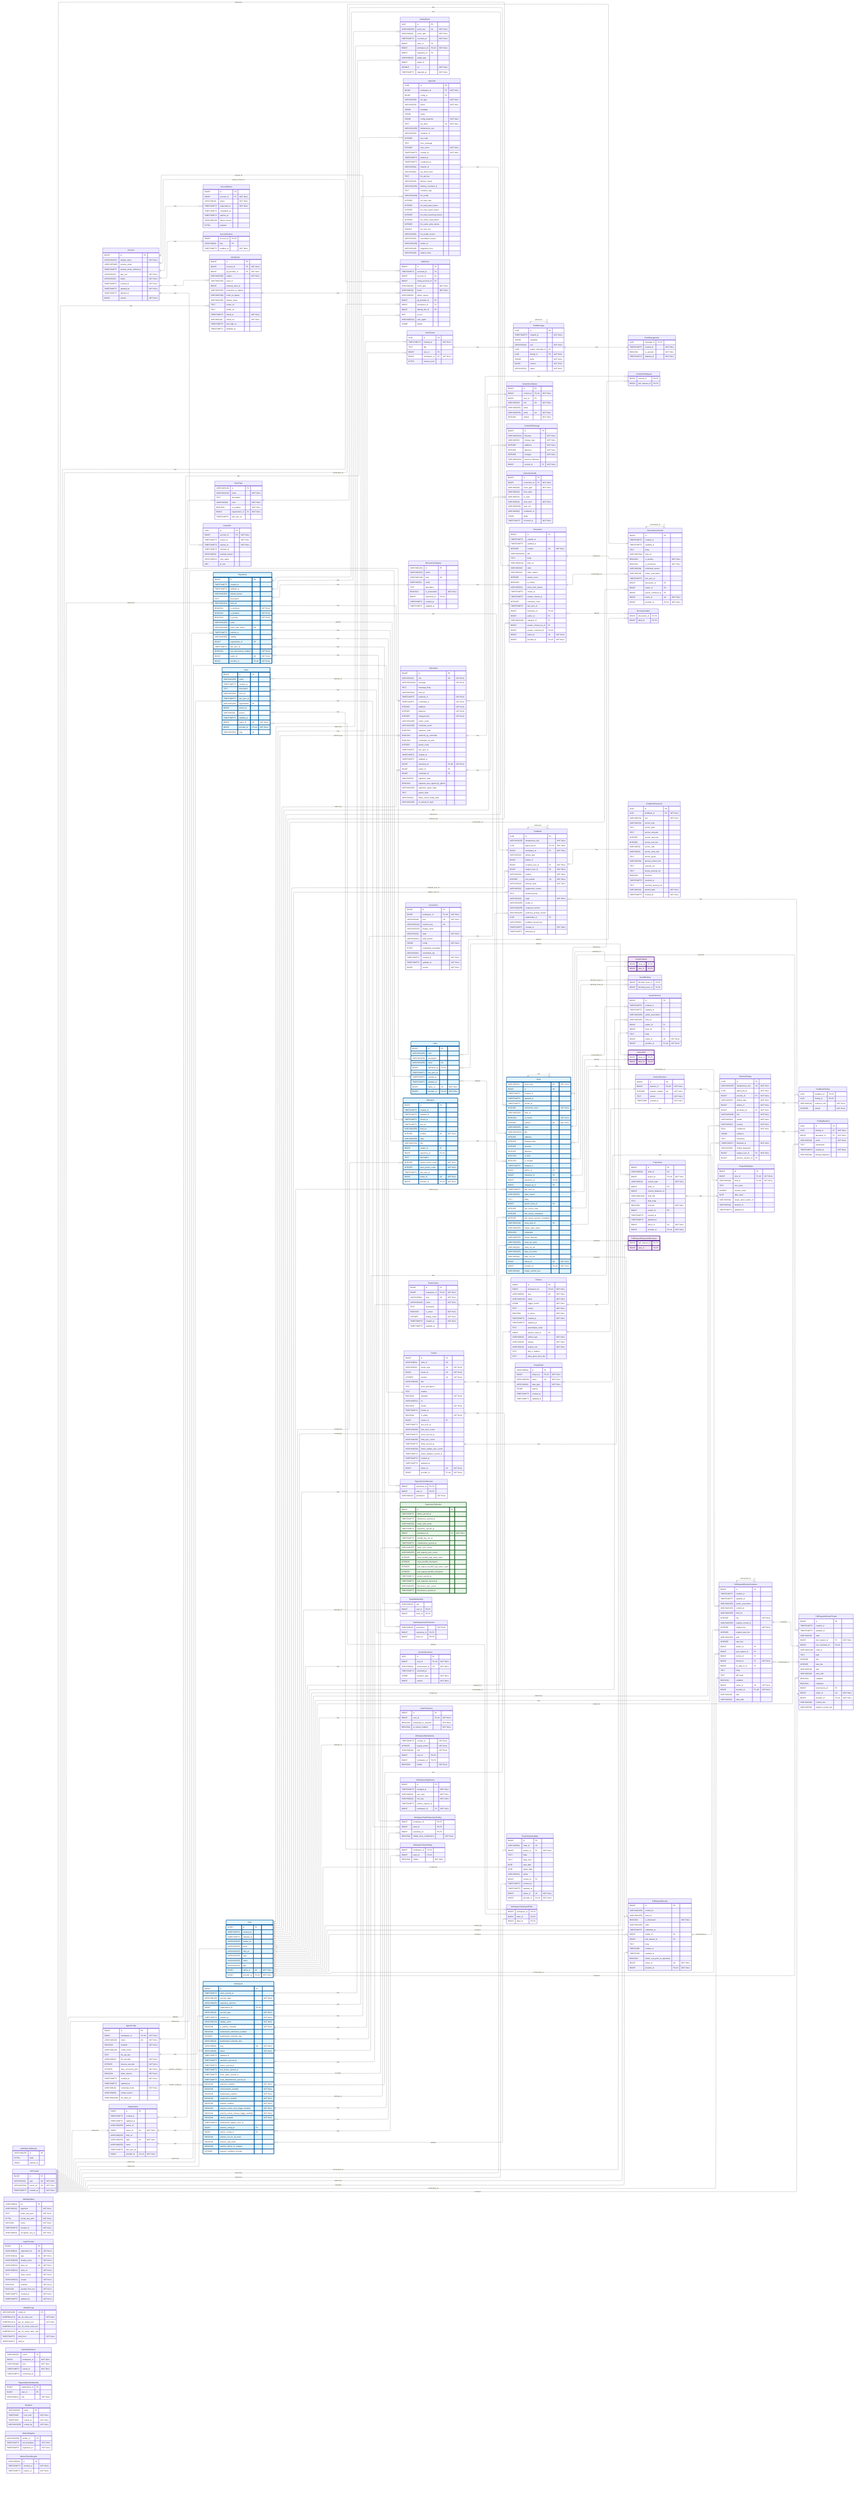
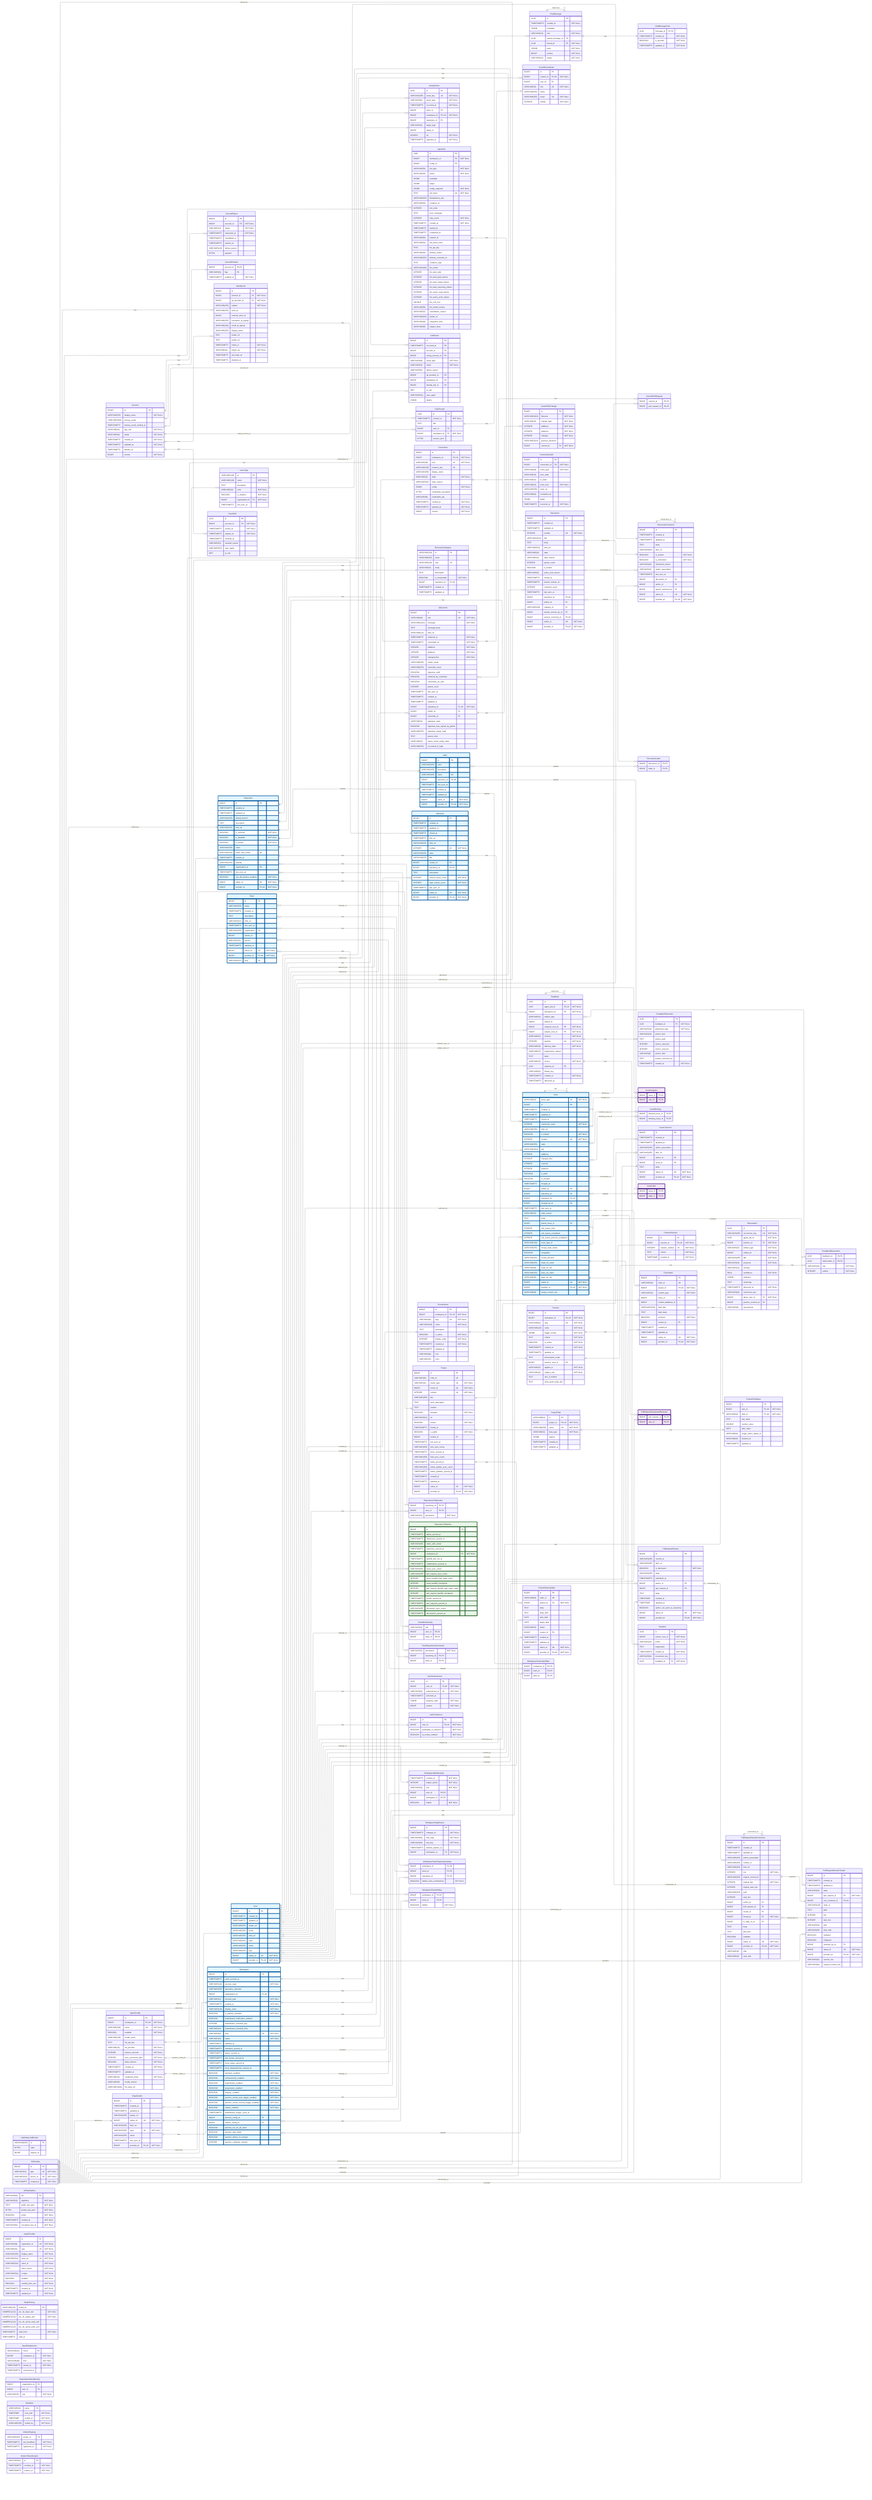
---
config:
    layout: elk
---
erDiagram
    %% Generated automatically from PostgreSQL database schema
    %% using scripts/generate-mermaid-erd.ts
    %% To regenerate: pnpm run db:generate-erd-docs

    direction LR

    Account {
        BIGINT id PK
        VARCHAR(255) display_name "NOT NULL"
        USER-DEFINED primary_email
        TIMESTAMPTZ primary_email_verified_at
        VARCHAR(16) app_role "NOT NULL"
        VARCHAR(16) status "NOT NULL"
        TIMESTAMPTZ created_at "NOT NULL"
        TIMESTAMPTZ updated_at "NOT NULL"
        TIMESTAMPTZ deleted_at
        BIGINT version "NOT NULL"
    }

    AccountExport {
        BIGINT id PK
        BIGINT account_id FK "NOT NULL"
        VARCHAR(16) status "NOT NULL"
        TIMESTAMPTZ requested_at "NOT NULL"
        TIMESTAMPTZ completed_at
        TIMESTAMPTZ expires_at
        VARCHAR(128) failure_reason
        BYTEA payload
    }

    AccountFeature {
        BIGINT account_id PK,FK
        VARCHAR(64) flag PK
        TIMESTAMPTZ enabled_at "NOT NULL"
    }

    ActivityEvent {
        UUID id PK
        VARCHAR(255) event_key UK "NOT NULL"
        VARCHAR(64) event_type "NOT NULL"
        TIMESTAMPTZ occurred_at "NOT NULL"
        BIGINT actor_id FK
        BIGINT workspace_id FK,UK "NOT NULL"
        BIGINT repository_id FK
        VARCHAR(32) target_type
        BIGINT target_id
        DOUBLE xp "NOT NULL"
        TIMESTAMPTZ ingested_at "NOT NULL"
    }

    AgentConfig {
        BIGINT id PK
        BIGINT workspace_id FK,UK "NOT NULL"
        VARCHAR(100) name UK "NOT NULL"
        BOOLEAN enabled "NOT NULL"
        VARCHAR(128) model_name
        TEXT llm_api_key
        VARCHAR(32) llm_provider "NOT NULL"
        INTEGER timeout_seconds "NOT NULL"
        INTEGER max_concurrent_jobs "NOT NULL"
        BOOLEAN allow_internet "NOT NULL"
        TIMESTAMPTZ created_at "NOT NULL"
        TIMESTAMPTZ updated_at
        VARCHAR(16) credential_mode "NOT NULL"
        VARCHAR(50) model_version
        VARCHAR(2048) llm_base_url
    }

    AgentJob {
        UUID id PK
        BIGINT workspace_id FK "NOT NULL"
        BIGINT config_id FK
        VARCHAR(50) job_type "NOT NULL"
        VARCHAR(20) status "NOT NULL"
        JSONB metadata
        JSONB output
        JSONB config_snapshot "NOT NULL"
        TEXT job_token UK "NOT NULL"
        VARCHAR(255) idempotency_key
        VARCHAR(64) container_id
        INTEGER exit_code
        TEXT error_message
        INTEGER retry_count "NOT NULL"
        TIMESTAMPTZ created_at "NOT NULL"
        TIMESTAMPTZ started_at
        TIMESTAMPTZ completed_at
        VARCHAR(64) network_id
        VARCHAR(64) job_token_hash
        TEXT llm_api_key
        VARCHAR(20) delivery_status
        VARCHAR(255) delivery_comment_id
        TEXT container_logs
        VARCHAR(100) llm_model
        INTEGER llm_total_calls
        INTEGER llm_total_input_tokens
        INTEGER llm_total_output_tokens
        INTEGER llm_total_reasoning_tokens
        INTEGER llm_cache_read_tokens
        INTEGER llm_cache_write_tokens
        DOUBLE llm_cost_usd
        VARCHAR(50) llm_model_version
        VARCHAR(32) cancellation_reason
        VARCHAR(255) worker_id
        VARCHAR(48) integration_kind
        VARCHAR(48) subject_class
    }

    AuthEvent {
        BIGINT id PK
        TIMESTAMPTZ occurred_at PK
        BIGINT account_id FK
        BIGINT acting_account_id FK
        VARCHAR(48) event_type "NOT NULL"
        VARCHAR(16) result "NOT NULL"
        VARCHAR(64) failure_reason
        BIGINT git_provider_id FK
        BIGINT workspace_id FK
        BIGINT identity_link_id FK
        INET ip_inet
        VARCHAR(512) user_agent
        JSONB details
    }

    AuthRateLimitBucket {
        VARCHAR(255) id PK
        BYTEA state
        BIGINT expires_at
    }

    ChatMessage {
        UUID id PK
        TIMESTAMPTZ created_at "NOT NULL"
        JSONB metadata
        VARCHAR(16) role "NOT NULL"
        UUID parent_message_id FK
        UUID thread_id FK "NOT NULL"
        JSONB parts "NOT NULL"
        BIGINT version "NOT NULL"
        VARCHAR(16) status "NOT NULL"
    }

    ChatMessageVote {
        UUID message_id PK,FK
        TIMESTAMPTZ created_at "NOT NULL"
        BOOLEAN is_upvoted "NOT NULL"
        TIMESTAMPTZ updated_at "NOT NULL"
    }

    ChatThread {
        UUID id PK
        TIMESTAMPTZ created_at "NOT NULL"
        TEXT title
        BIGINT user_id FK
        BIGINT workspace_id FK "NOT NULL"
        BYTEA session_jsonl
    }

    CommitContributor {
        BIGINT id PK
        BIGINT commit_id FK,UK "NOT NULL"
        BIGINT user_id FK
        VARCHAR(32) role UK "NOT NULL"
        VARCHAR(255) name
        VARCHAR(255) email UK "NOT NULL"
        INTEGER ordinal "NOT NULL"
    }

    CommitFileChange {
        BIGINT id PK
        VARCHAR(1024) filename "NOT NULL"
        VARCHAR(32) change_type "NOT NULL"
        INTEGER additions "NOT NULL"
        INTEGER deletions "NOT NULL"
        INTEGER changes "NOT NULL"
        VARCHAR(1024) previous_filename
        BIGINT commit_id FK "NOT NULL"
    }

    CommitPullRequest {
        BIGINT commit_id PK,FK
        BIGINT pull_request_id PK,FK
    }

    Connection {
        BIGINT id PK
        BIGINT workspace_id FK,UK "NOT NULL"
        VARCHAR(48) kind UK "NOT NULL"
        VARCHAR(128) instance_key UK
        VARCHAR(256) display_name
        VARCHAR(32) state "NOT NULL"
        VARCHAR(512) state_reason
        JSONB config "NOT NULL"
        BYTEA credentials_encrypted
        VARCHAR(64) credentials_alg
        TIMESTAMPTZ created_at "NOT NULL"
        TIMESTAMPTZ updated_at "NOT NULL"
        BIGINT version "NOT NULL"
    }

    ConnectionAudit {
        BIGINT id PK
        BIGINT connection_id FK "NOT NULL"
        VARCHAR(48) event_type "NOT NULL"
        VARCHAR(32) from_state
        VARCHAR(32) to_state
        VARCHAR(32) actor_kind "NOT NULL"
        VARCHAR(256) actor_ref
        VARCHAR(64) correlation_id
        JSONB detail
        TIMESTAMPTZ occurred_at "NOT NULL"
    }

    Discussion {
        BIGINT id PK
        TIMESTAMPTZ created_at
        TIMESTAMPTZ updated_at
        INTEGER number UK "NOT NULL"
        VARCHAR(1024) title
        TEXT body
        VARCHAR(512) html_url
        VARCHAR(16) state
        VARCHAR(32) state_reason
        INTEGER upvote_count
        BOOLEAN is_locked
        VARCHAR(32) active_lock_reason
        TIMESTAMPTZ closed_at
        TIMESTAMPTZ answer_chosen_at
        INTEGER comment_count
        TIMESTAMPTZ last_sync_at
        BIGINT repository_id FK,UK
        BIGINT author_id FK
        VARCHAR(128) category_id FK
        BIGINT answer_chosen_by_id FK
        BIGINT answer_comment_id FK,UK
        BIGINT native_id UK "NOT NULL"
        BIGINT provider_id FK,UK "NOT NULL"
    }

    DiscussionCategory {
        VARCHAR(128) id PK
        VARCHAR(255) name
        VARCHAR(128) slug UK
        VARCHAR(32) emoji
        TEXT description
        BOOLEAN is_answerable "NOT NULL"
        BIGINT repository_id FK,UK
        TIMESTAMPTZ created_at
        TIMESTAMPTZ updated_at
    }

    DiscussionComment {
        BIGINT id PK
        TIMESTAMPTZ created_at
        TIMESTAMPTZ updated_at
        TEXT body
        VARCHAR(512) html_url
        BOOLEAN is_answer "NOT NULL"
        BOOLEAN is_minimized "NOT NULL"
        VARCHAR(64) minimized_reason
        VARCHAR(32) author_association
        TIMESTAMPTZ last_sync_at
        BIGINT discussion_id FK
        BIGINT author_id FK
        BIGINT parent_comment_id FK
        BIGINT native_id UK "NOT NULL"
        BIGINT provider_id FK,UK "NOT NULL"
    }

    DiscussionLabel {
        BIGINT discussion_id PK,FK
        BIGINT label_id PK,FK
    }

    Feedback {
        UUID id PK
-         VARCHAR(255) idempotency_key "NOT NULL"
        UUID agent_job_id FK,UK "NOT NULL"
        BIGINT workspace_id FK "NOT NULL"
        VARCHAR(32) artifact_type
        BIGINT artifact_id
        BIGINT recipient_user_id FK "NOT NULL"
        BIGINT subject_user_id FK "NOT NULL"
-         VARCHAR(32) surface "NOT NULL"
-         INTEGER unit_ordinal UK "NOT NULL"
+         VARCHAR(32) channel "NOT NULL"
+         INTEGER position UK "NOT NULL"
        VARCHAR(16) delivery_state "NOT NULL"
        VARCHAR(32) suppression_reason
-         TEXT rendered_body
-         VARCHAR(16) origin "NOT NULL"
-         VARCHAR(255) model_id
-         VARCHAR(255) composer_version
-         VARCHAR(255) synthesis_prompt_version
-         UUID supersedes_id FK
-         VARCHAR(64) feedback_thread_key
+         TEXT body
+         VARCHAR(16) source "NOT NULL"
+         UUID replaces_id FK
+         VARCHAR(64) thread_key
        TIMESTAMPTZ created_at "NOT NULL"
        TIMESTAMPTZ delivered_at
    }

-     FeedbackFinding {
+     FeedbackObservation {
        UUID feedback_id PK,FK
-         UUID finding_id PK,FK
-         VARCHAR(16) evidence_role "NOT NULL"
+         UUID observation_id PK,FK
+         VARCHAR(16) role "NOT NULL"
        INTEGER ordinal "NOT NULL"
    }

    FeedbackPlacement {
        UUID id PK
        UUID feedback_id FK "NOT NULL"
-         VARCHAR(32) slot "NOT NULL"
+         VARCHAR(32) placement_type "NOT NULL"
        VARCHAR(16) anchor_kind
        TEXT anchor_path
-         TEXT anchor_old_path
        INTEGER anchor_start_line
        INTEGER anchor_end_line
        VARCHAR(8) anchor_side
-         VARCHAR(8) anchor_start_side
-         TEXT anchor_quote
-         VARCHAR(64) pinned_commit_sha
-         TEXT external_ref
-         TEXT thread_external_ref
-         BOOLEAN resolved
-         TIMESTAMPTZ resolved_at
-         TEXT resolved_external_ref
-         VARCHAR(16) posted_state "NOT NULL"
-         TIMESTAMPTZ created_at "NOT NULL"
-     }
- 
-     FindingReaction {
-         UUID id PK
-         UUID finding_id FK "NOT NULL"
-         BIGINT developer_id FK "NOT NULL"
-         VARCHAR(16) action "NOT NULL"
-         TEXT explanation
-         TIMESTAMPTZ created_at "NOT NULL"
-         VARCHAR(64) finding_fingerprint
+         TEXT posted_comment_ref
+         TIMESTAMPTZ created_at "NOT NULL"
    }

    GitCommit {
        BIGINT id PK
        VARCHAR(40) sha UK "NOT NULL"
        VARCHAR(1024) message "NOT NULL"
        TEXT message_body
        VARCHAR(512) html_url
        TIMESTAMPTZ authored_at "NOT NULL"
        TIMESTAMPTZ committed_at "NOT NULL"
        INTEGER additions "NOT NULL"
        INTEGER deletions "NOT NULL"
        INTEGER changed_files "NOT NULL"
        VARCHAR(255) author_email
        VARCHAR(255) committer_email
        BOOLEAN signature_valid
        BOOLEAN authored_by_committer
        BOOLEAN committed_via_web
        INTEGER parent_count
        TIMESTAMPTZ last_sync_at
        TIMESTAMPTZ created_at
        TIMESTAMPTZ updated_at
        BIGINT repository_id FK,UK "NOT NULL"
        BIGINT author_id FK
        BIGINT committer_id FK
        VARCHAR(32) signature_state
        BOOLEAN signature_was_signed_by_github
        VARCHAR(255) signature_signer_login
        TEXT parent_shas
        VARCHAR(32) status_check_rollup_state
        VARCHAR(255) on_behalf_of_login
    }

    GitProvider {
        BIGINT id PK
        VARCHAR(10) type UK "NOT NULL"
        VARCHAR(512) server_url UK "NOT NULL"
        TIMESTAMPTZ created_at "NOT NULL"
    }

    IdentityLink {
        BIGINT id PK
        BIGINT account_id FK "NOT NULL"
        BIGINT git_provider_id FK "NOT NULL"
        VARCHAR(255) subject "NOT NULL"
        VARCHAR(255) team_id
        BIGINT external_actor_id
        VARCHAR(255) username_at_signup
        VARCHAR(320) email_at_signup
        VARCHAR(255) display_name
        TEXT avatar_url
        TEXT profile_url
        TIMESTAMPTZ linked_at "NOT NULL"
        VARCHAR(16) linked_via "NOT NULL"
        TIMESTAMPTZ last_login_at
        TIMESTAMPTZ disabled_at
    }

    Issue {
        VARCHAR(31) issue_type UK "NOT NULL"
        BIGINT id PK
        TIMESTAMPTZ created_at
        TIMESTAMPTZ updated_at
        TIMESTAMPTZ closed_at
        INTEGER comments_count "NOT NULL"
        VARCHAR(255) html_url
        BOOLEAN is_locked "NOT NULL"
        INTEGER number UK "NOT NULL"
        VARCHAR(255) state
        VARCHAR(1024) title
        INTEGER additions
        INTEGER changed_files
        INTEGER commits
        INTEGER deletions
        BOOLEAN is_draft
        BOOLEAN is_merged
        TIMESTAMPTZ merged_at
        BIGINT author_id FK
        BIGINT milestone_id FK
        BIGINT repository_id FK,UK
        BIGINT merged_by_id FK
        TIMESTAMPTZ last_sync_at
        VARCHAR(32) state_reason
        TEXT body
        BIGINT parent_issue_id FK
        INTEGER sub_issues_total
        INTEGER sub_issues_completed
        INTEGER sub_issues_percent_completed
        VARCHAR(128) issue_type_id FK
        VARCHAR(255) merge_state_status
        BOOLEAN mergeable
        VARCHAR(255) review_decision
        VARCHAR(255) head_ref_name
        VARCHAR(40) head_ref_oid
        VARCHAR(255) base_ref_name
        VARCHAR(40) base_ref_oid
        BIGINT native_id UK "NOT NULL"
        BIGINT provider_id FK,UK "NOT NULL"
        VARCHAR(40) merge_commit_sha
    }

    IssueAssignee {
        BIGINT issue_id PK,FK
        BIGINT user_id PK,FK
    }

    IssueBlocking {
        BIGINT blocked_issue_id PK,FK
        BIGINT blocking_issue_id PK,FK
    }

    IssueComment {
        BIGINT id PK
        TIMESTAMPTZ created_at
        TIMESTAMPTZ updated_at
        VARCHAR(255) author_association
        VARCHAR(255) html_url
        BIGINT author_id FK
        BIGINT issue_id FK
        TEXT body
        BIGINT native_id UK "NOT NULL"
        BIGINT provider_id FK,UK "NOT NULL"
    }

    IssueLabel {
        BIGINT issue_id PK,FK
        BIGINT label_id PK,FK
    }

    IssueType {
        VARCHAR(128) id PK
        VARCHAR(128) name "NOT NULL"
        TEXT description
        VARCHAR(20) color "NOT NULL"
        BOOLEAN is_enabled "NOT NULL"
        BIGINT organization_id FK "NOT NULL"
        TIMESTAMPTZ last_sync_at
    }

    IssuedJwt {
        UUID jti PK
        BIGINT account_id FK "NOT NULL"
        TIMESTAMPTZ issued_at "NOT NULL"
        TIMESTAMPTZ expires_at "NOT NULL"
        TIMESTAMPTZ revoked_at
        VARCHAR(32) revoked_reason
        VARCHAR(512) user_agent
        INET ip_inet
    }

    JwtSigningKey {
        VARCHAR(64) kid PK
        VARCHAR(16) algorithm "NOT NULL"
        TEXT public_key_pem "NOT NULL"
        BYTEA private_key_pem "NOT NULL"
        BOOLEAN active "NOT NULL"
        TIMESTAMPTZ created_at "NOT NULL"
        VARCHAR(64) encryption_key_id "NOT NULL"
    }

    Label {
        BIGINT id PK
        VARCHAR(255) color
        VARCHAR(255) description
        VARCHAR(255) name UK
        BIGINT repository_id FK,UK
        TIMESTAMPTZ last_sync_at
        TIMESTAMPTZ created_at
        TIMESTAMPTZ updated_at
        BIGINT native_id UK "NOT NULL"
        BIGINT provider_id FK,UK "NOT NULL"
    }

    LoginProvider {
        BIGINT id PK
        VARCHAR(64) registration_id UK "NOT NULL"
        VARCHAR(10) type UK "NOT NULL"
        VARCHAR(255) display_name "NOT NULL"
        VARCHAR(512) base_url UK "NOT NULL"
        VARCHAR(512) client_id "NOT NULL"
        TEXT client_secret "NOT NULL"
        VARCHAR(512) scopes "NOT NULL"
        BOOLEAN enabled "NOT NULL"
        BOOLEAN seeded_from_env "NOT NULL"
        TIMESTAMPTZ created_at "NOT NULL"
        TIMESTAMPTZ updated_at "NOT NULL"
    }

    Milestone {
        BIGINT id PK
        TIMESTAMPTZ created_at
        TIMESTAMPTZ updated_at
        TIMESTAMPTZ closed_at
        TIMESTAMPTZ due_on
        VARCHAR(255) html_url
        INTEGER number UK "NOT NULL"
        VARCHAR(255) state
        VARCHAR(255) title
        BIGINT creator_id FK
        BIGINT repository_id FK,UK
        TEXT description
        INTEGER closed_issues_count "NOT NULL"
        INTEGER open_issues_count "NOT NULL"
        TIMESTAMPTZ last_sync_at
        BIGINT native_id UK "NOT NULL"
        BIGINT provider_id FK,UK "NOT NULL"
    }

    ModelPricing {
        VARCHAR(128) model_id PK
        NUMERIC(12,6) per_1k_input_usd "NOT NULL"
        NUMERIC(12,6) per_1k_output_usd "NOT NULL"
        NUMERIC(12,6) per_1k_cache_read_usd
        NUMERIC(12,6) per_1k_cache_write_usd
        TIMESTAMPTZ valid_from "NOT NULL"
        TIMESTAMPTZ valid_to
    }

    OauthStateNonce {
        VARCHAR(32) nonce PK
        BIGINT workspace_id "NOT NULL"
        VARCHAR(48) kind "NOT NULL"
        TIMESTAMPTZ issued_at "NOT NULL"
        TIMESTAMPTZ consumed_at
    }

+     Observation {
+         UUID id PK
+         VARCHAR(255) occurrence_key UK "NOT NULL"
+         UUID agent_job_id "NOT NULL"
+         BIGINT practice_id FK "NOT NULL"
+         VARCHAR(32) artifact_type "NOT NULL"
+         BIGINT artifact_id "NOT NULL"
+         VARCHAR(255) title "NOT NULL"
+         VARCHAR(16) presence "NOT NULL"
+         VARCHAR(16) severity
+         REAL confidence "NOT NULL"
+         JSONB evidence
+         TEXT reasoning
+         TIMESTAMPTZ observed_at "NOT NULL"
+         VARCHAR(64) recurrence_key
+         BIGINT about_user_id FK "NOT NULL"
+         BIGINT practice_revision_id FK
+         VARCHAR(8) assessment
+     }
+ 
    Organization {
        BIGINT id PK
        TIMESTAMPTZ created_at
        TIMESTAMPTZ updated_at
        VARCHAR(255) avatar_url
        BIGINT native_id UK "NOT NULL"
        VARCHAR(255) html_url
        VARCHAR(255) login UK "NOT NULL"
        VARCHAR(255) name
        TIMESTAMPTZ last_sync_at
        BIGINT provider_id FK,UK "NOT NULL"
    }

    OrganizationMembership {
        BIGINT organization_id PK
        BIGINT user_id PK
        VARCHAR(32) role "NOT NULL"
    }

    Practice {
        BIGINT id PK
        BIGINT workspace_id FK,UK "NOT NULL"
        VARCHAR(64) slug UK "NOT NULL"
        VARCHAR(128) name "NOT NULL"
        JSONB trigger_events "NOT NULL"
        TEXT criteria "NOT NULL"
        BOOLEAN is_active "NOT NULL"
        TIMESTAMPTZ created_at "NOT NULL"
        TIMESTAMPTZ updated_at
        TEXT precompute_script
        BIGINT practice_area_id FK
-         VARCHAR(32) artifact_type "NOT NULL"
-         VARCHAR(16) polarity "NOT NULL"
+         VARCHAR(32) applies_to "NOT NULL"
        VARCHAR(16) subject_role "NOT NULL"
        TEXT why_it_matters
        TEXT what_good_looks_like
    }

    PracticeArea {
        BIGINT id PK
        BIGINT workspace_id FK,UK "NOT NULL"
        VARCHAR(64) slug UK "NOT NULL"
        VARCHAR(128) name "NOT NULL"
        TEXT description
        BOOLEAN is_active "NOT NULL"
        INTEGER display_order "NOT NULL"
        TIMESTAMPTZ created_at "NOT NULL"
        TIMESTAMPTZ updated_at
-     }
- 
-     PracticeFinding {
-         UUID id PK
-         VARCHAR(255) idempotency_key UK "NOT NULL"
-         UUID agent_job_id "NOT NULL"
-         BIGINT practice_id FK "NOT NULL"
-         VARCHAR(32) artifact_type "NOT NULL"
-         BIGINT artifact_id "NOT NULL"
-         BIGINT developer_id FK "NOT NULL"
-         VARCHAR(255) title "NOT NULL"
-         VARCHAR(16) verdict "NOT NULL"
-         VARCHAR(16) severity "NOT NULL"
-         REAL confidence "NOT NULL"
-         JSONB evidence
-         TEXT reasoning
-         TIMESTAMPTZ detected_at "NOT NULL"
-         VARCHAR(64) finding_fingerprint
-         BIGINT subject_user_id FK "NOT NULL"
-         BIGINT practice_revision_id FK
+         VARCHAR(64) icon
+         VARCHAR(32) color
    }

    PracticeRevision {
        BIGINT id PK
        BIGINT practice_id FK,UK "NOT NULL"
        INTEGER revision_number UK "NOT NULL"
        TEXT criteria "NOT NULL"
        TIMESTAMP created_at "NOT NULL"
    }

    Project {
        BIGINT id PK
        VARCHAR(64) node_id UK
        VARCHAR(32) owner_type UK "NOT NULL"
        BIGINT owner_id UK "NOT NULL"
        INTEGER number UK "NOT NULL"
        VARCHAR(256) title
        TEXT short_description
        TEXT readme
        BOOLEAN template "NOT NULL"
        VARCHAR(512) url
        BOOLEAN closed "NOT NULL"
        TIMESTAMPTZ closed_at
        BOOLEAN is_public "NOT NULL"
        BIGINT creator_id FK
        TIMESTAMPTZ last_sync_at
        VARCHAR(256) item_sync_cursor
        TIMESTAMPTZ items_synced_at
        VARCHAR(256) field_sync_cursor
        TIMESTAMPTZ fields_synced_at
        VARCHAR(256) status_update_sync_cursor
        TIMESTAMPTZ status_updates_synced_at
        TIMESTAMPTZ created_at
        TIMESTAMPTZ updated_at
        BIGINT native_id UK "NOT NULL"
        BIGINT provider_id FK,UK "NOT NULL"
    }

    ProjectField {
        VARCHAR(64) id PK
        BIGINT project_id FK,UK "NOT NULL"
        VARCHAR(256) name UK "NOT NULL"
        VARCHAR(32) data_type "NOT NULL"
        JSONB options
        TIMESTAMPTZ created_at
        TIMESTAMPTZ updated_at
    }

    ProjectFieldValue {
        BIGINT id PK
        BIGINT item_id FK,UK "NOT NULL"
        VARCHAR(64) field_id FK,UK "NOT NULL"
        TEXT text_value
        DOUBLE number_value
        DATE date_value
        VARCHAR(64) single_select_option_id
        VARCHAR(64) iteration_id
        TIMESTAMPTZ updated_at
    }

    ProjectItem {
        BIGINT id PK
        VARCHAR(64) node_id UK
        BIGINT project_id FK,UK "NOT NULL"
        VARCHAR(32) content_type "NOT NULL"
        BIGINT issue_id FK
        BIGINT content_database_id
        VARCHAR(1024) draft_title
        TEXT draft_body
        BOOLEAN archived "NOT NULL"
        BIGINT creator_id FK
        TIMESTAMPTZ created_at
        TIMESTAMPTZ updated_at
        BIGINT native_id UK "NOT NULL"
        BIGINT provider_id FK,UK "NOT NULL"
    }

    ProjectStatusUpdate {
        BIGINT id PK
        VARCHAR(64) node_id UK
        BIGINT project_id FK "NOT NULL"
        TEXT body
        TEXT body_html
        DATE start_date
        DATE target_date
        VARCHAR(32) status
        BIGINT creator_id FK
        TIMESTAMPTZ created_at
        TIMESTAMPTZ updated_at
        BIGINT native_id UK "NOT NULL"
        BIGINT provider_id FK,UK "NOT NULL"
    }

    PullRequestRequestedReviewer {
        BIGINT pull_request_id PK,FK
        BIGINT user_id PK,FK
    }

    PullRequestReview {
        BIGINT id PK
        VARCHAR(255) commit_id
        VARCHAR(255) html_url
        BOOLEAN is_dismissed "NOT NULL"
        VARCHAR(255) state
        TIMESTAMPTZ submitted_at
        BIGINT author_id FK
        BIGINT pull_request_id FK
        TEXT body
        TIMESTAMP created_at
        TIMESTAMP updated_at
        BOOLEAN author_can_push_to_repository
        BIGINT native_id UK "NOT NULL"
        BIGINT provider_id FK,UK "NOT NULL"
    }

    PullRequestReviewComment {
        BIGINT id PK
        TIMESTAMPTZ created_at
        TIMESTAMPTZ updated_at
        VARCHAR(255) author_association
        VARCHAR(255) commit_id
        VARCHAR(255) html_url
        INTEGER line "NOT NULL"
        VARCHAR(255) original_commit_id
        INTEGER original_line "NOT NULL"
        INTEGER original_start_line
        VARCHAR(255) path
        INTEGER start_line
        BIGINT author_id FK
        BIGINT pull_request_id FK
        BIGINT review_id FK
        BIGINT thread_id FK "NOT NULL"
        BIGINT in_reply_to_id FK
        TEXT body
        TEXT diff_hunk
        BOOLEAN outdated
        BIGINT native_id UK "NOT NULL"
        BIGINT provider_id FK,UK "NOT NULL"
        VARCHAR(16) side
        VARCHAR(16) start_side
    }

    PullRequestReviewThread {
        BIGINT id PK
        TIMESTAMPTZ created_at
        TIMESTAMPTZ updated_at
        VARCHAR(20) state
        BIGINT pull_request_id FK "NOT NULL"
        BIGINT root_comment_id FK,UK
        VARCHAR(128) node_id
        TEXT path
        INTEGER line
        INTEGER start_line
        VARCHAR(16) side
        VARCHAR(16) start_side
        BOOLEAN outdated
        BOOLEAN collapsed
        BIGINT resolved_by_id FK
        BIGINT native_id UK "NOT NULL"
        BIGINT provider_id FK,UK "NOT NULL"
        VARCHAR(64) commit_sha
        VARCHAR(64) original_commit_sha
+     }
+ 
+     Reaction {
+         UUID id PK
+         BIGINT reactor_user_id "NOT NULL"
+         VARCHAR(16) action "NOT NULL"
+         TEXT explanation
+         TIMESTAMPTZ created_at "NOT NULL"
+         VARCHAR(64) recurrence_key
+         UUID feedback_id FK "NOT NULL"
    }

    Repository {
        BIGINT id PK
        TIMESTAMPTZ created_at
        TIMESTAMPTZ updated_at
        VARCHAR(255) default_branch
        TEXT description
        VARCHAR(512) html_url
        BOOLEAN is_archived "NOT NULL"
        BOOLEAN is_disabled "NOT NULL"
        BOOLEAN is_private "NOT NULL"
        VARCHAR(255) name
        VARCHAR(150) name_with_owner UK
        TIMESTAMPTZ pushed_at
        VARCHAR(255) visibility
        BIGINT organization_id FK
        TIMESTAMPTZ last_sync_at
        BOOLEAN has_discussions_enabled "NOT NULL"
        BIGINT native_id UK "NOT NULL"
        BIGINT provider_id FK,UK "NOT NULL"
    }

    RepositoryCollaborator {
        BIGINT repository_id PK,FK
        BIGINT user_id PK,FK
        VARCHAR(32) permission "NOT NULL"
    }

    RepositoryToMonitor {
        BIGINT id PK
        TIMESTAMPTZ labels_synced_at
        TIMESTAMPTZ milestones_synced_at
        VARCHAR(255) name_with_owner
        TIMESTAMPTZ repository_synced_at
        BIGINT workspace_id FK "NOT NULL"
        TIMESTAMPTZ backfill_last_run_at
        TIMESTAMPTZ collaborators_synced_at
        VARCHAR(255) issue_sync_cursor
        VARCHAR(255) pull_request_sync_cursor
        INTEGER issue_backfill_high_water_mark
        INTEGER issue_backfill_checkpoint
        INTEGER pull_request_backfill_high_water_mark
        INTEGER pull_request_backfill_checkpoint
        TIMESTAMPTZ issues_synced_at
        TIMESTAMPTZ pull_requests_synced_at
        VARCHAR(255) discussion_sync_cursor
        TIMESTAMPTZ discussions_synced_at
    }

    Shedlock {
        VARCHAR(64) name PK
        TIMESTAMP lock_until "NOT NULL"
        TIMESTAMP locked_at "NOT NULL"
        VARCHAR(255) locked_by "NOT NULL"
    }

    Team {
        BIGINT id PK
        VARCHAR(255) name
        TIMESTAMPTZ created_at
        TEXT description
        VARCHAR(512) html_url
        TIMESTAMPTZ last_sync_at
        VARCHAR(255) organization UK
        BIGINT parent_id
        VARCHAR(32) privacy
        TIMESTAMPTZ updated_at
        BIGINT native_id UK "NOT NULL"
        BIGINT provider_id FK,UK "NOT NULL"
        VARCHAR(512) slug UK
    }

    TeamMembership {
        VARCHAR(32) role
        BIGINT user_id PK,FK
        BIGINT team_id PK,FK
    }

    TeamRepositoryPermission {
        VARCHAR(32) permission "NOT NULL"
        BIGINT repository_id PK,FK
        BIGINT team_id PK,FK
    }

    User {
        BIGINT id PK
        TIMESTAMPTZ created_at
        TIMESTAMPTZ updated_at
        VARCHAR(255) avatar_url
        VARCHAR(255) email
        VARCHAR(255) html_url
        VARCHAR(255) login
        VARCHAR(255) name
        VARCHAR(255) type
        BIGINT native_id UK "NOT NULL"
        BIGINT provider_id FK,UK "NOT NULL"
    }

    UserAchievement {
        UUID id PK
        BIGINT user_id FK,UK "NOT NULL"
        VARCHAR(64) achievement_id UK "NOT NULL"
        TIMESTAMPTZ unlocked_at
        JSONB progress_data "NOT NULL"
        BIGINT version "NOT NULL"
    }

    UserPreference {
        BIGINT id PK
        BIGINT user_id FK,UK "NOT NULL"
        BOOLEAN participate_in_research "NOT NULL"
        BOOLEAN ai_review_enabled "NOT NULL"
    }

    WorkerRegistry {
        VARCHAR(255) worker_id PK
        TIMESTAMPTZ last_heartbeat "NOT NULL"
        TIMESTAMPTZ registered_at "NOT NULL"
    }

    WorkerTokenDenylist {
        VARCHAR(64) jti PK
        TIMESTAMPTZ revoked_at "NOT NULL"
        TIMESTAMPTZ expires_at "NOT NULL"
    }

    Workspace {
        BIGINT id PK
        TIMESTAMPTZ users_synced_at
        VARCHAR(120) account_login "NOT NULL"
        VARCHAR(255) repository_selection
        BIGINT organization_id FK,UK
        VARCHAR(10) account_type "NOT NULL"
        TIMESTAMPTZ created_at "NOT NULL"
        VARCHAR(120) display_name "NOT NULL"
        BOOLEAN is_publicly_viewable "NOT NULL"
        BOOLEAN leaderboard_notification_enabled
        INTEGER leaderboard_schedule_day
        VARCHAR(10) leaderboard_schedule_time
        VARCHAR(64) slug UK "NOT NULL"
        VARCHAR(20) status "NOT NULL"
        TIMESTAMPTZ updated_at
        TIMESTAMPTZ members_synced_at
        TIMESTAMPTZ teams_synced_at
        TIMESTAMPTZ sub_issues_synced_at
        TIMESTAMPTZ issue_types_synced_at
        TIMESTAMPTZ issue_dependencies_synced_at
        BOOLEAN practices_enabled "NOT NULL"
        BOOLEAN achievements_enabled "NOT NULL"
        BOOLEAN leaderboard_enabled "NOT NULL"
        BOOLEAN progression_enabled "NOT NULL"
        BOOLEAN leagues_enabled "NOT NULL"
        BOOLEAN practice_review_auto_trigger_enabled "NOT NULL"
        BOOLEAN practice_review_manual_trigger_enabled "NOT NULL"
        BOOLEAN mentor_enabled "NOT NULL"
        TIMESTAMPTZ leaderboard_league_cycle_at
        BIGINT practice_config_id FK
        BIGINT mentor_config_id FK
        BOOLEAN practice_run_for_all_users
        BOOLEAN practice_skip_drafts
        BOOLEAN practice_deliver_to_merged
        INTEGER practice_cooldown_minutes
    }

    WorkspaceMembership {
        TIMESTAMPTZ created_at "NOT NULL"
        INTEGER league_points "NOT NULL"
        VARCHAR(16) role "NOT NULL"
        BIGINT user_id PK,FK
        BIGINT workspace_id PK,FK
        BOOLEAN hidden "NOT NULL"
    }

    WorkspaceSlugHistory {
        BIGINT id PK
        TIMESTAMPTZ changed_at "NOT NULL"
        VARCHAR(64) new_slug "NOT NULL"
        VARCHAR(64) old_slug "NOT NULL"
        TIMESTAMPTZ redirect_expires_at
        BIGINT workspace_id FK "NOT NULL"
    }

    WorkspaceTeamLabelFilter {
        BIGINT workspace_id PK,FK
        BIGINT team_id PK,FK
        BIGINT label_id PK,FK
    }

    WorkspaceTeamRepositorySetting {
        BIGINT workspace_id PK,FK
        BIGINT team_id PK,FK
        BIGINT repository_id PK,FK
        BOOLEAN hidden_from_contributions "NOT NULL"
    }

    WorkspaceTeamSetting {
        BIGINT workspace_id PK,FK
        BIGINT team_id PK,FK
        BOOLEAN hidden "NOT NULL"
    }

    %% Relationships
    %% One-to-One relationships
    Account ||--|| AccountFeature : has
    Workspace ||--|| ActivityEvent : has
    Workspace ||--|| AgentConfig : has
    ChatMessage ||--|| ChatMessageVote : has
    GitCommit ||--|| CommitContributor : has
    Workspace ||--|| Connection : has
    Repository ||--|| Discussion : has
    DiscussionComment ||--|| Discussion : references
    GitProvider ||--|| Discussion : references
    Repository ||--|| DiscussionCategory : has
    GitProvider ||--|| DiscussionComment : commented_on
    AgentJob ||--|| Feedback : has
    Repository ||--|| GitCommit : has
    Repository ||--|| Issue : has
    GitProvider ||--|| Issue : references
    GitProvider ||--|| IssueComment : commented_on
    Repository ||--|| Label : labeled
    GitProvider ||--|| Label : labeled
    Repository ||--|| Milestone : has
    GitProvider ||--|| Milestone : references
    GitProvider ||--|| Organization : references
    Workspace ||--|| Practice : has
    Workspace ||--|| PracticeArea : has
    Practice ||--|| PracticeRevision : has
    GitProvider ||--|| Project : references
    Project ||--|| ProjectField : has
    ProjectItem ||--|| ProjectFieldValue : has
    ProjectField ||--|| ProjectFieldValue : has
    Project ||--|| ProjectItem : has
    GitProvider ||--|| ProjectItem : references
    GitProvider ||--|| ProjectStatusUpdate : references
    GitProvider ||--|| PullRequestReview : reviewed
    GitProvider ||--|| PullRequestReviewComment : commented_on
    PullRequestReviewComment ||--|| PullRequestReviewThread : reviewed
    GitProvider ||--|| PullRequestReviewThread : reviewed
    GitProvider ||--|| Repository : references
    GitProvider ||--|| Team : references
    GitProvider ||--|| User : references
    User ||--|| UserAchievement : has
    User ||--|| UserPreference : has
    Organization ||--|| Workspace : has
    User ||--|| WorkspaceMembership : belongs_to
    Workspace ||--|| WorkspaceMembership : belongs_to

    %% One-to-Many relationships
    Account ||--o{ AccountExport : has
    User ||--o{ ActivityEvent : references
    Repository ||--o{ ActivityEvent : has
    Workspace ||--o{ AgentJob : has
    AgentConfig ||--o{ AgentJob : has
    Account ||--o{ AuthEvent : account_id
    Account ||--o{ AuthEvent : acting_account_id
    GitProvider ||--o{ AuthEvent : has
    Workspace ||--o{ AuthEvent : has
    IdentityLink ||--o{ AuthEvent : has
    ChatMessage ||--o{ ChatMessage : references
    ChatThread ||--o{ ChatMessage : has
    User ||--o{ ChatThread : has
    Workspace ||--o{ ChatThread : has
    User ||--o{ CommitContributor : has
    GitCommit ||--o{ CommitFileChange : has
    Connection ||--o{ ConnectionAudit : has
    User ||--o{ Discussion : authored_by
    DiscussionCategory ||--o{ Discussion : has
    User ||--o{ Discussion : references
    Discussion ||--o{ DiscussionComment : commented_on
    User ||--o{ DiscussionComment : commented_on
    DiscussionComment ||--o{ DiscussionComment : commented_on
    Workspace ||--o{ Feedback : has
    User ||--o{ Feedback : recipient_user_id
    User ||--o{ Feedback : subject_user_id
    Feedback ||--o{ Feedback : references
    Feedback ||--o{ FeedbackPlacement : has
-     PracticeFinding ||--o{ FindingReaction : has
-     User ||--o{ FindingReaction : references
    User ||--o{ GitCommit : authored_by
    User ||--o{ GitCommit : references
    Account ||--o{ IdentityLink : has
    GitProvider ||--o{ IdentityLink : has
    User ||--o{ Issue : authored_by
    Milestone ||--o{ Issue : has
    User ||--o{ Issue : merged_by
    Issue ||--o{ Issue : has
    IssueType ||--o{ Issue : has
    User ||--o{ IssueComment : commented_on
    Issue ||--o{ IssueComment : commented_on
    Organization ||--o{ IssueType : has
    Account ||--o{ IssuedJwt : has
    User ||--o{ Milestone : created_by
+     Practice ||--o{ Observation : has
+     User ||--o{ Observation : has
+     PracticeRevision ||--o{ Observation : has
    PracticeArea ||--o{ Practice : has
-     Practice ||--o{ PracticeFinding : has
-     User ||--o{ PracticeFinding : references
-     User ||--o{ PracticeFinding : has
-     PracticeRevision ||--o{ PracticeFinding : has
    User ||--o{ Project : created_by
    Issue ||--o{ ProjectItem : has
    User ||--o{ ProjectItem : created_by
    Project ||--o{ ProjectStatusUpdate : has
    User ||--o{ ProjectStatusUpdate : created_by
    User ||--o{ PullRequestReview : reviewed
    Issue ||--o{ PullRequestReview : reviewed
    User ||--o{ PullRequestReviewComment : commented_on
    Issue ||--o{ PullRequestReviewComment : commented_on
    PullRequestReview ||--o{ PullRequestReviewComment : commented_on
    PullRequestReviewThread ||--o{ PullRequestReviewComment : commented_on
    PullRequestReviewComment ||--o{ PullRequestReviewComment : commented_on
    Issue ||--o{ PullRequestReviewThread : reviewed
    User ||--o{ PullRequestReviewThread : reviewed
+     Feedback ||--o{ Reaction : has
    Organization ||--o{ Repository : has
    Workspace ||--o{ RepositoryToMonitor : monitors
    AgentConfig ||--o{ Workspace : practice_config_id
    AgentConfig ||--o{ Workspace : mentor_config_id
    Workspace ||--o{ WorkspaceSlugHistory : has

    %% Many-to-Many relationships
    GitCommit }o--o{ CommitPullRequest : has
    Issue }o--o{ CommitPullRequest : references
    Discussion }o--o{ DiscussionLabel : labeled
    Label }o--o{ DiscussionLabel : labeled
-     Feedback }o--o{ FeedbackFinding : has
-     PracticeFinding }o--o{ FeedbackFinding : has
+     Feedback }o--o{ FeedbackObservation : has
+     Observation }o--o{ FeedbackObservation : has
    Issue }o--o{ IssueAssignee : assigned_to
    User }o--o{ IssueAssignee : assigned_to
    Issue }o--o{ IssueBlocking : blocked_issue_id
    Issue }o--o{ IssueBlocking : blocking_issue_id
    Issue }o--o{ IssueLabel : labeled
    Label }o--o{ IssueLabel : labeled
    Issue }o--o{ PullRequestRequestedReviewer : reviewed
    User }o--o{ PullRequestRequestedReviewer : reviewed
    Repository }o--o{ RepositoryCollaborator : has
    User }o--o{ RepositoryCollaborator : has
    User }o--o{ TeamMembership : belongs_to
    Team }o--o{ TeamMembership : belongs_to
    Repository }o--o{ TeamRepositoryPermission : has
    Team }o--o{ TeamRepositoryPermission : has
    Workspace }o--o{ WorkspaceTeamLabelFilter : labeled
    Team }o--o{ WorkspaceTeamLabelFilter : labeled
    Label }o--o{ WorkspaceTeamLabelFilter : labeled
    Workspace }o--o{ WorkspaceTeamRepositorySetting : has
    Team }o--o{ WorkspaceTeamRepositorySetting : has
    Repository }o--o{ WorkspaceTeamRepositorySetting : has
    Workspace }o--o{ WorkspaceTeamSetting : has
    Team }o--o{ WorkspaceTeamSetting : has

    %% Styling
    classDef primaryEntity fill:#e1f5fe,stroke:#01579b,stroke-width:2px
    classDef associationEntity fill:#f3e5f5,stroke:#4a148c,stroke-width:2px
    classDef metadataEntity fill:#e8f5e8,stroke:#1b5e20,stroke-width:2px

    class Issue primaryEntity
    class IssueAssignee associationEntity
    class IssueLabel associationEntity
    class Label primaryEntity
    class Milestone primaryEntity
    class PullRequestRequestedReviewer associationEntity
    class Repository primaryEntity
    class RepositoryToMonitor metadataEntity
    class Team primaryEntity
    class User primaryEntity
    class Workspace primaryEntity
